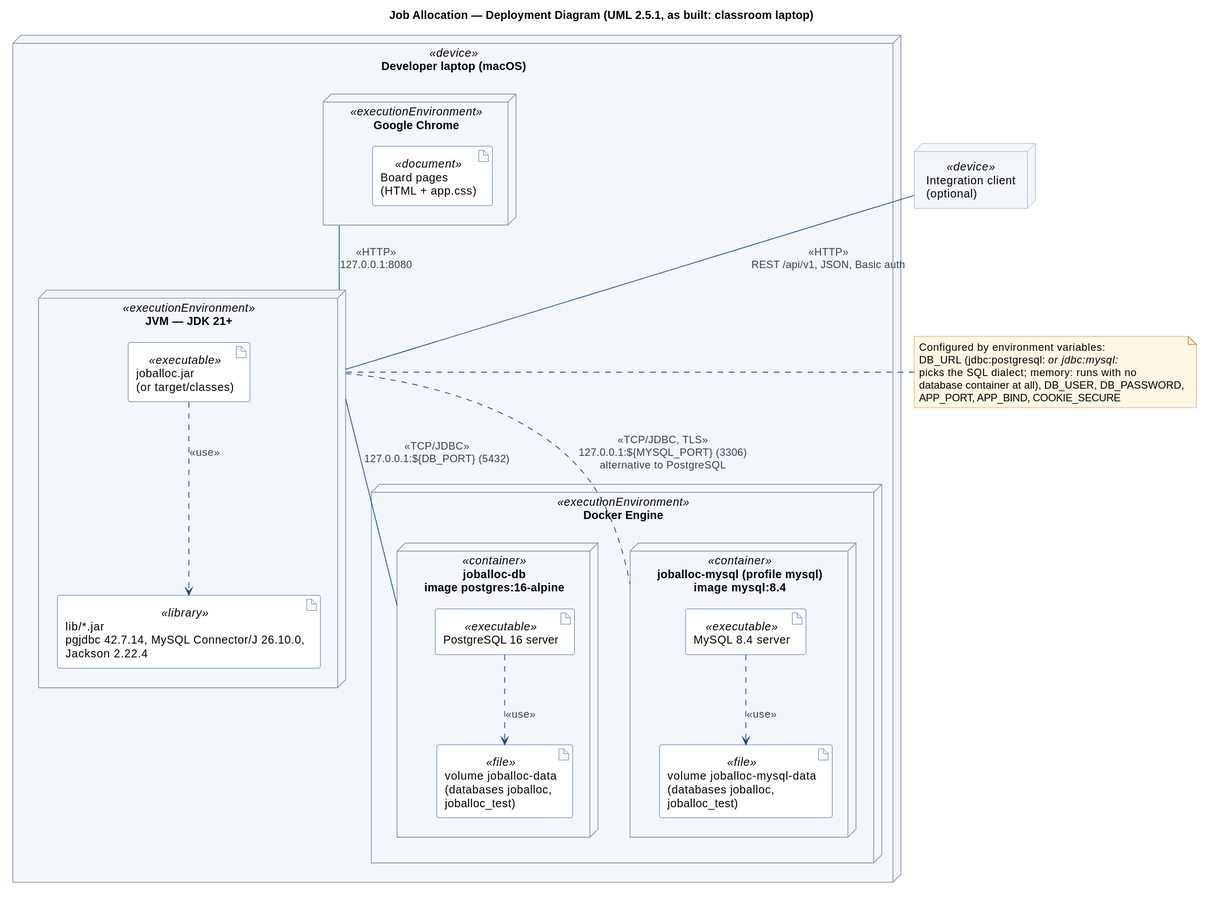
Above: diagrams/svg/17-deployment.svg in jaricsng/ooad-3tier-job-allocation (PlantUML), before the change.
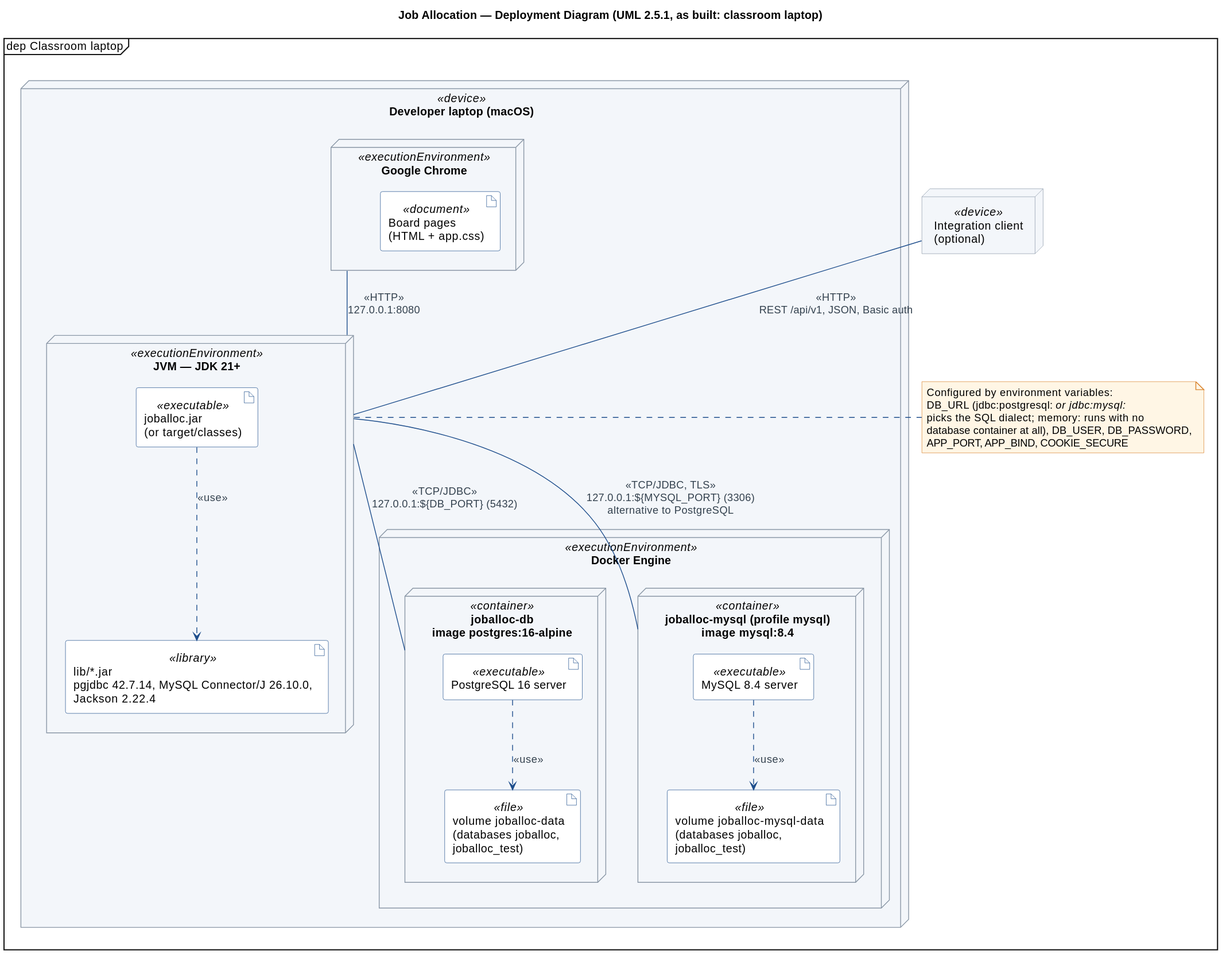
Later version of the same file.

Diff of the diagram source:
```diff
@@ -1,5 +1,6 @@
 @startuml
 !include style.iuml
+mainframe dep Classroom laptop
 skinparam nodeBackgroundColor #F3F6FA
 skinparam artifactBackgroundColor #FFFFFF
 skinparam artifactBorderColor #1E4E8C
@@ -32,7 +33,7 @@
 BROWSER -- JVM : <<HTTP>>\n127.0.0.1:8080
 CLIENT -- JVM : <<HTTP>>\nREST /api/v1, JSON, Basic auth
 JVM -- PGC : <<TCP/JDBC>>\n127.0.0.1:${DB_PORT} (5432)
-JVM .. MYC : <<TCP/JDBC, TLS>>\n127.0.0.1:${MYSQL_PORT} (3306)\nalternative to PostgreSQL
+JVM -- MYC : <<TCP/JDBC, TLS>>\n127.0.0.1:${MYSQL_PORT} (3306)\nalternative to PostgreSQL
 
 note right of JVM
   Configured by environment variables:
```
